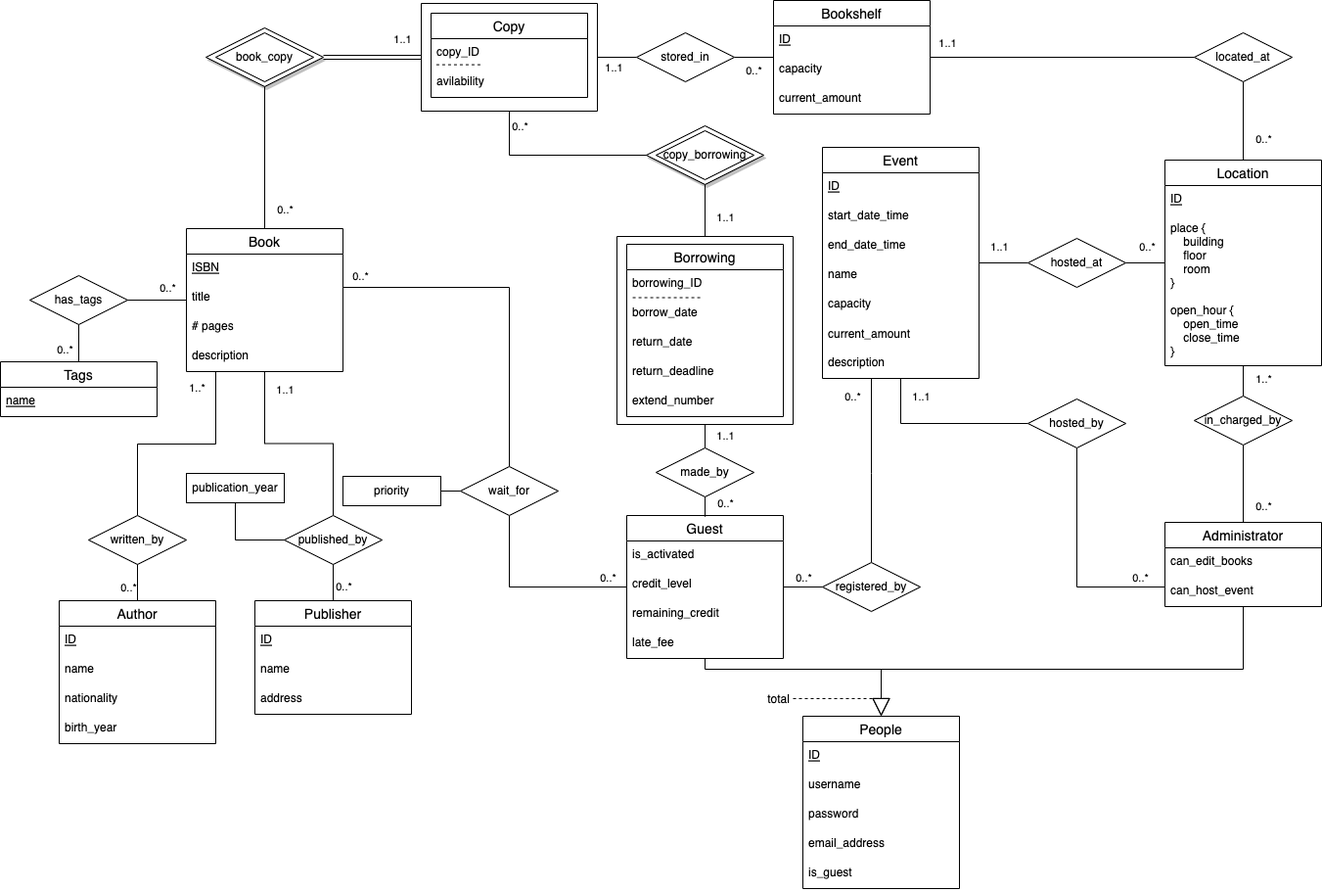
Above: schema/er_diagram/ER_diagram_draft.png in Kassaking7/eLibraryManagementSystem (draw.io), before the change. Source tidied: cells renumbered, new cells last; positions are measured from the earlier drawing's top-left corner, leaving out a move shared by most shapes.
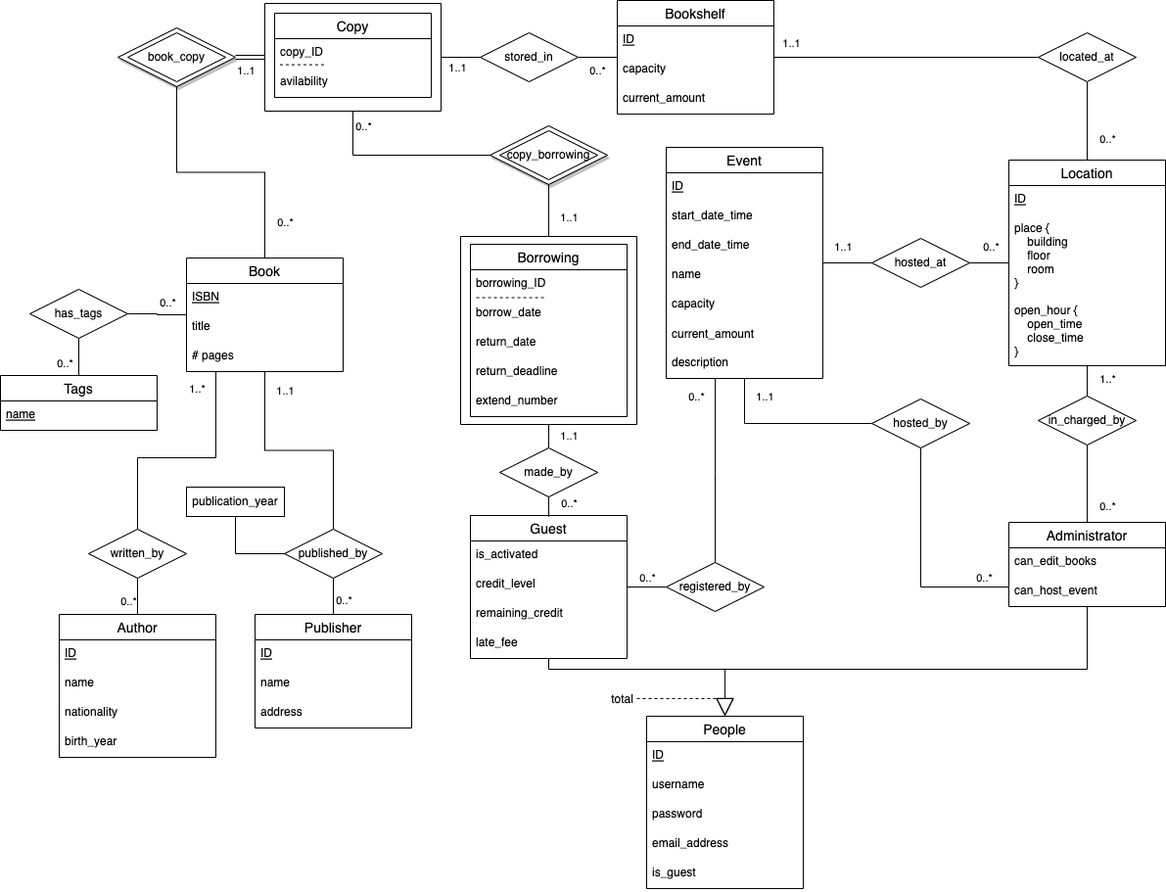
Above is the later version.

What changed in the source:
```diff
@@ -3,13 +3,13 @@
     <mxCell id="0" />
     <mxCell id="1" parent="0" />
     <mxCell id="2" style="rhombus;whiteSpace=wrap;html=1;shadow=1;" parent="1" vertex="1">
-      <mxGeometry x="210" y="28" width="120" height="60" as="geometry" />
+      <mxGeometry x="280" y="28" width="120" height="60" as="geometry" />
     </mxCell>
     <mxCell id="3" style="rhombus;whiteSpace=wrap;html=1;shadow=1;" parent="1" vertex="1">
       <mxGeometry x="660" y="128" width="120" height="60" as="geometry" />
     </mxCell>
     <mxCell id="4" value="Book" style="swimlane;fontStyle=0;horizontal=1;startSize=26;align=center;fontSize=14;" parent="1" vertex="1">
-      <mxGeometry x="190" y="233" width="160" height="146" as="geometry" />
+      <mxGeometry x="350" y="263" width="160" height="116" as="geometry" />
     </mxCell>
     <mxCell id="5" value="ISBN" style="text;strokeColor=none;fillColor=none;spacingLeft=4;spacingRight=4;overflow=hidden;fontSize=12;fontStyle=4;" parent="4" vertex="1">
       <mxGeometry y="26" width="160" height="30" as="geometry" />
@@ -20,9 +20,6 @@
     <mxCell id="7" value="# pages" style="text;strokeColor=none;fillColor=none;spacingLeft=4;spacingRight=4;overflow=hidden;fontSize=12;" parent="4" vertex="1">
       <mxGeometry y="86" width="160" height="30" as="geometry" />
     </mxCell>
-    <mxCell id="8" value="description" style="text;strokeColor=none;fillColor=none;spacingLeft=4;spacingRight=4;overflow=hidden;fontSize=12;" parent="4" vertex="1">
-      <mxGeometry y="116" width="160" height="30" as="geometry" />
-    </mxCell>
     <mxCell id="9" value="Bookshelf" style="swimlane;fontStyle=0;horizontal=1;startSize=26;align=center;fontSize=14;" parent="1" vertex="1">
       <mxGeometry x="790" width="160" height="116" as="geometry" />
     </mxCell>
@@ -86,7 +83,7 @@
       <mxGeometry x="1220" y="33" width="100" height="50" as="geometry" />
     </mxCell>
     <mxCell id="27" value="Author" style="swimlane;fontStyle=0;horizontal=1;startSize=26;align=center;fontSize=14;" parent="1" vertex="1">
-      <mxGeometry x="60" y="613" width="160" height="146" as="geometry" />
+      <mxGeometry x="220" y="627" width="160" height="146" as="geometry" />
     </mxCell>
     <mxCell id="28" value="ID" style="text;strokeColor=none;fillColor=none;spacingLeft=4;spacingRight=4;overflow=hidden;fontSize=12;fontStyle=4;" parent="27" vertex="1">
       <mxGeometry y="26" width="160" height="30" as="geometry" />
@@ -101,7 +98,7 @@
       <mxGeometry y="116" width="160" height="30" as="geometry" />
     </mxCell>
     <mxCell id="32" value="Publisher" style="swimlane;fontStyle=0;horizontal=1;startSize=26;align=center;fontSize=14;" parent="1" vertex="1">
-      <mxGeometry x="260" y="613" width="160" height="116" as="geometry" />
+      <mxGeometry x="420" y="627" width="160" height="116" as="geometry" />
     </mxCell>
     <mxCell id="33" value="ID" style="text;strokeColor=none;fillColor=none;spacingLeft=4;spacingRight=4;overflow=hidden;fontSize=12;fontStyle=4;" parent="32" vertex="1">
       <mxGeometry y="26" width="160" height="30" as="geometry" />
@@ -115,8 +112,8 @@
     <mxCell id="36" style="edgeStyle=orthogonalEdgeStyle;rounded=0;jettySize=auto;html=1;exitX=0.5;exitY=0;exitDx=0;exitDy=0;endArrow=none;endFill=0;" parent="1" edge="1" source="38" target="4">
       <mxGeometry relative="1" as="geometry">
         <Array as="points">
-          <mxPoint x="140" y="453" />
-          <mxPoint x="220" y="453" />
+          <mxPoint x="300" y="467" />
+          <mxPoint x="380" y="467" />
         </Array>
       </mxGeometry>
     </mxCell>
@@ -126,7 +123,7 @@
       </mxGeometry>
     </mxCell>
     <mxCell id="38" value="written_by" style="rhombus;whiteSpace=wrap;html=1;" parent="1" vertex="1">
-      <mxGeometry x="90" y="526" width="100" height="50" as="geometry" />
+      <mxGeometry x="250" y="540" width="100" height="50" as="geometry" />
     </mxCell>
     <mxCell id="39" style="edgeStyle=orthogonalEdgeStyle;rounded=0;jettySize=auto;html=1;endArrow=none;endFill=0;" parent="1" edge="1" source="41" target="4">
       <mxGeometry relative="1" as="geometry" />
@@ -137,7 +134,7 @@
       </mxGeometry>
     </mxCell>
     <mxCell id="41" value="published_by" style="rhombus;whiteSpace=wrap;html=1;" parent="1" vertex="1">
-      <mxGeometry x="290" y="526" width="100" height="50" as="geometry" />
+      <mxGeometry x="450" y="540" width="100" height="50" as="geometry" />
     </mxCell>
     <mxCell id="42" value="Guest" style="swimlane;fontStyle=0;horizontal=1;startSize=26;align=center;fontSize=14;" parent="1" vertex="1">
       <mxGeometry x="640" y="526" width="160" height="146" as="geometry" />
@@ -277,13 +274,13 @@
       </mxGeometry>
     </mxCell>
     <mxCell id="79" value="Tags" style="swimlane;fontStyle=0;horizontal=1;startSize=26;align=center;fontSize=14;" parent="1" vertex="1">
-      <mxGeometry y="369" width="160" height="56" as="geometry" />
+      <mxGeometry x="160" y="383" width="160" height="56" as="geometry" />
     </mxCell>
     <mxCell id="80" value="name" style="text;strokeColor=none;fillColor=none;spacingLeft=4;spacingRight=4;overflow=hidden;fontSize=12;fontStyle=4;" parent="79" vertex="1">
       <mxGeometry y="26" width="160" height="30" as="geometry" />
     </mxCell>
     <mxCell id="81" value="has_tags" style="rhombus;whiteSpace=wrap;html=1;" parent="1" vertex="1">
-      <mxGeometry x="30" y="281" width="100" height="50" as="geometry" />
+      <mxGeometry x="190" y="295" width="100" height="50" as="geometry" />
     </mxCell>
     <mxCell id="82" style="endArrow=none;html=1;rounded=0;edgeStyle=orthogonalEdgeStyle;" parent="1" edge="1" source="4" target="81">
       <mxGeometry relative="1" as="geometry" />
@@ -318,7 +315,7 @@
     </mxCell>
     <mxCell id="91" value="1..1" style="edgeLabel;html=1;align=center;verticalAlign=middle;" parent="90" vertex="1">
       <mxGeometry x="0.43" y="1" relative="1" as="geometry">
-        <mxPoint x="9" y="-18" as="offset" />
+        <mxPoint x="-11" y="14" as="offset" />
       </mxGeometry>
     </mxCell>
     <mxCell id="92" style="edgeStyle=orthogonalEdgeStyle;rounded=0;jettySize=auto;html=1;exitX=0.5;exitY=1;exitDx=0;exitDy=0;endArrow=none;endFill=0;" parent="1" edge="1" source="2" target="4">
@@ -330,10 +327,10 @@
       </mxGeometry>
     </mxCell>
     <mxCell id="94" value="book_copy" style="rhombus;whiteSpace=wrap;html=1;" parent="1" vertex="1">
-      <mxGeometry x="220" y="33" width="100" height="50" as="geometry" />
+      <mxGeometry x="290" y="33" width="100" height="50" as="geometry" />
     </mxCell>
     <mxCell id="95" value="publication_year" style="rounded=0;whiteSpace=wrap;html=1;" parent="1" vertex="1">
-      <mxGeometry x="190" y="483" width="100" height="30" as="geometry" />
+      <mxGeometry x="350" y="497" width="100" height="30" as="geometry" />
     </mxCell>
     <mxCell id="96" style="endArrow=none;html=1;rounded=0;edgeStyle=orthogonalEdgeStyle;entryX=0;entryY=0.5;entryDx=0;entryDy=0;" parent="1" edge="1" source="95" target="41">
       <mxGeometry relative="1" as="geometry" />
@@ -428,32 +425,6 @@
     <mxCell id="116" value="registered_by" style="rhombus;whiteSpace=wrap;html=1;" parent="1" vertex="1">
       <mxGeometry x="840" y="574" width="100" height="50" as="geometry" />
     </mxCell>
-    <mxCell id="117" style="edgeStyle=orthogonalEdgeStyle;rounded=0;jettySize=auto;html=1;exitX=0.5;exitY=1;exitDx=0;exitDy=0;endArrow=none;endFill=0;" parent="1" edge="1" source="122" target="42">
-      <mxGeometry relative="1" as="geometry" />
-    </mxCell>
-    <mxCell id="118" value="0..*" style="edgeLabel;html=1;align=center;verticalAlign=middle;" parent="117" vertex="1">
-      <mxGeometry x="0.92" y="1" relative="1" as="geometry">
-        <mxPoint x="-12" y="-9" as="offset" />
-      </mxGeometry>
-    </mxCell>
-    <mxCell id="119" style="edgeStyle=orthogonalEdgeStyle;rounded=0;jettySize=auto;html=1;exitX=0.5;exitY=0;exitDx=0;exitDy=0;endArrow=none;endFill=0;" parent="1" edge="1" source="122" target="4">
-      <mxGeometry relative="1" as="geometry">
-        <Array as="points">
-          <mxPoint x="520" y="293" />
-        </Array>
-      </mxGeometry>
-    </mxCell>
-    <mxCell id="120" value="0..*" style="edgeLabel;html=1;align=center;verticalAlign=middle;" parent="119" vertex="1">
-      <mxGeometry x="0.9" y="-1" relative="1" as="geometry">
-        <mxPoint y="-11" as="offset" />
-      </mxGeometry>
-    </mxCell>
-    <mxCell id="121" style="edgeStyle=orthogonalEdgeStyle;html=1;exitX=0;exitY=0.5;exitDx=0;exitDy=0;endArrow=none;endFill=0;" parent="1" edge="1" source="122" target="135">
-      <mxGeometry relative="1" as="geometry" />
-    </mxCell>
-    <mxCell id="122" value="wait_for" style="rhombus;whiteSpace=wrap;html=1;" parent="1" vertex="1">
-      <mxGeometry x="470" y="476" width="100" height="50" as="geometry" />
-    </mxCell>
     <mxCell id="123" style="swimlane;startSize=0;" parent="1" vertex="1">
       <mxGeometry x="630" y="241" width="180" height="192" as="geometry" />
     </mxCell>
@@ -493,8 +464,5 @@
     <mxCell id="134" style="swimlane;startSize=0;" parent="1" vertex="1">
       <mxGeometry x="430" y="3" width="180" height="110" as="geometry" />
     </mxCell>
-    <mxCell id="135" value="priority" style="rounded=0;whiteSpace=wrap;html=1;" parent="1" vertex="1">
-      <mxGeometry x="350" y="486" width="100" height="30" as="geometry" />
-    </mxCell>
   </root>
 </mxGraphModel>
```
